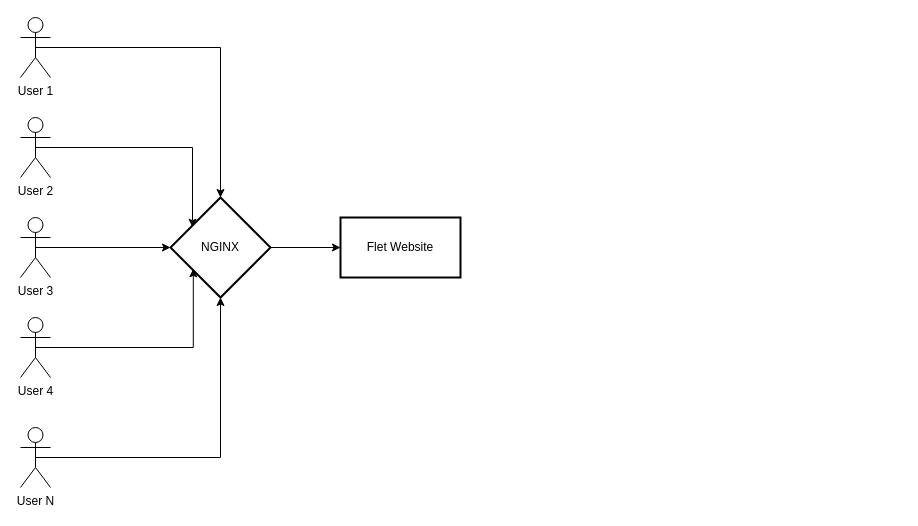
Lucifer516-sudoer/flet_accountant keeps this draw.io diagram as Untitled Diagram.drawio. Above is the earlier version. Source tidied: cells renumbered, new cells numbered last; positions are measured from the earlier drawing's top-left corner, leaving out a move shared by most shapes. Both pictures are drawn from the tidied source at 100%, with x=0, y=0 at pixel (20, 17).
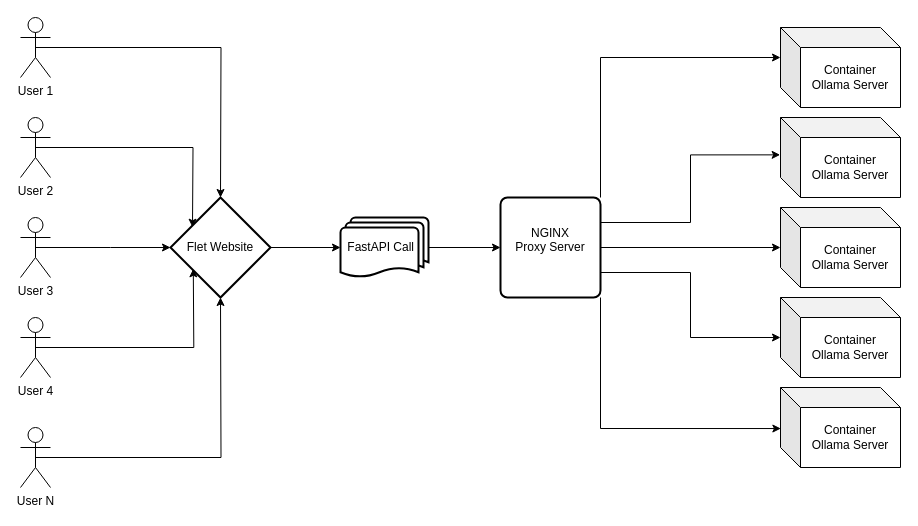
The same page after the edit.

Unchanged cells that the change refers to:
```xml
<mxCell id="3" value="User 1&lt;div&gt;&lt;br&gt;&lt;/div&gt;" style="shape=umlActor;verticalLabelPosition=bottom;verticalAlign=top;html=1;outlineConnect=0;" parent="1" vertex="1">
  <mxGeometry width="30" height="60" as="geometry" />
</mxCell>
<mxCell id="4" value="&lt;div&gt;User 3&lt;/div&gt;" style="shape=umlActor;verticalLabelPosition=bottom;verticalAlign=top;html=1;outlineConnect=0;" parent="1" vertex="1">
  <mxGeometry y="200" width="30" height="60" as="geometry" />
</mxCell>
<mxCell id="5" value="User 2" style="shape=umlActor;verticalLabelPosition=bottom;verticalAlign=top;html=1;outlineConnect=0;" parent="1" vertex="1">
  <mxGeometry y="100" width="30" height="60" as="geometry" />
</mxCell>
<mxCell id="6" value="&lt;div&gt;User 4&lt;/div&gt;" style="shape=umlActor;verticalLabelPosition=bottom;verticalAlign=top;html=1;outlineConnect=0;" parent="1" vertex="1">
  <mxGeometry y="300" width="30" height="60" as="geometry" />
</mxCell>
<mxCell id="7" value="User N" style="shape=umlActor;verticalLabelPosition=bottom;verticalAlign=top;html=1;outlineConnect=0;" parent="1" vertex="1">
  <mxGeometry y="410" width="30" height="60" as="geometry" />
</mxCell>
```

Diff of the diagram source:
```diff
@@
-    <mxCell id="2" style="edgeStyle=orthogonalEdgeStyle;rounded=0;jettySize=auto;html=1;exitX=0.5;exitY=0.5;exitDx=0;exitDy=0;exitPerimeter=0;" parent="1" edge="1" source="3" target="9">
-      <mxGeometry relative="1" as="geometry" />
+    <mxCell id="2" style="edgeStyle=orthogonalEdgeStyle;rounded=0;jettySize=auto;html=1;exitX=0.5;exitY=0.5;exitDx=0;exitDy=0;exitPerimeter=0;" parent="1" edge="1" source="3">
+      <mxGeometry relative="1" as="geometry">
+        <mxPoint x="200" y="180" as="targetPoint" />
+      </mxGeometry>
     </mxCell>
@@
-    <mxCell id="8" style="edgeStyle=orthogonalEdgeStyle;rounded=0;jettySize=auto;html=1;" parent="1" edge="1" source="9" target="14">
-      <mxGeometry relative="1" as="geometry" />
+    <mxCell id="8" style="edgeStyle=orthogonalEdgeStyle;rounded=0;orthogonalLoop=1;jettySize=auto;html=1;" parent="1" edge="1">
+      <mxGeometry relative="1" as="geometry">
+        <mxPoint x="250" y="230" as="sourcePoint" />
+        <mxPoint x="320" y="230" as="targetPoint" />
+      </mxGeometry>
     </mxCell>
-    <mxCell id="9" value="NGINX" style="strokeWidth=2;html=1;shape=mxgraph.flowchart.decision;whiteSpace=wrap;" parent="1" vertex="1">
-      <mxGeometry x="150" y="180" width="100" height="100" as="geometry" />
-    </mxCell>
-    <mxCell id="10" style="edgeStyle=orthogonalEdgeStyle;rounded=0;jettySize=auto;html=1;exitX=0.5;exitY=0.5;exitDx=0;exitDy=0;exitPerimeter=0;entryX=0.22;entryY=0.297;entryDx=0;entryDy=0;entryPerimeter=0;" parent="1" edge="1" source="5" target="9">
-      <mxGeometry relative="1" as="geometry" />
+    <mxCell id="10" style="edgeStyle=orthogonalEdgeStyle;rounded=0;jettySize=auto;html=1;exitX=0.5;exitY=0.5;exitDx=0;exitDy=0;exitPerimeter=0;entryX=0.22;entryY=0.297;entryDx=0;entryDy=0;entryPerimeter=0;" parent="1" edge="1" source="5">
+      <mxGeometry relative="1" as="geometry">
+        <mxPoint x="172" y="209.7" as="targetPoint" />
+      </mxGeometry>
     </mxCell>
-    <mxCell id="11" style="edgeStyle=orthogonalEdgeStyle;rounded=0;jettySize=auto;html=1;exitX=0.5;exitY=0.5;exitDx=0;exitDy=0;exitPerimeter=0;entryX=0;entryY=0.5;entryDx=0;entryDy=0;entryPerimeter=0;" parent="1" edge="1" source="4" target="9">
-      <mxGeometry relative="1" as="geometry" />
+    <mxCell id="11" style="edgeStyle=orthogonalEdgeStyle;rounded=0;jettySize=auto;html=1;exitX=0.5;exitY=0.5;exitDx=0;exitDy=0;exitPerimeter=0;entryX=0;entryY=0.5;entryDx=0;entryDy=0;entryPerimeter=0;" parent="1" edge="1" source="4">
+      <mxGeometry relative="1" as="geometry">
+        <mxPoint x="150" y="230" as="targetPoint" />
+      </mxGeometry>
     </mxCell>
-    <mxCell id="12" style="edgeStyle=orthogonalEdgeStyle;rounded=0;jettySize=auto;html=1;exitX=0.5;exitY=0.5;exitDx=0;exitDy=0;exitPerimeter=0;entryX=0.228;entryY=0.713;entryDx=0;entryDy=0;entryPerimeter=0;" parent="1" edge="1" source="6" target="9">
-      <mxGeometry relative="1" as="geometry" />
+    <mxCell id="12" style="edgeStyle=orthogonalEdgeStyle;rounded=0;jettySize=auto;html=1;exitX=0.5;exitY=0.5;exitDx=0;exitDy=0;exitPerimeter=0;entryX=0.228;entryY=0.713;entryDx=0;entryDy=0;entryPerimeter=0;" parent="1" edge="1" source="6">
+      <mxGeometry relative="1" as="geometry">
+        <mxPoint x="172.8" y="251.3" as="targetPoint" />
+      </mxGeometry>
     </mxCell>
-    <mxCell id="13" style="edgeStyle=orthogonalEdgeStyle;rounded=0;jettySize=auto;html=1;exitX=0.5;exitY=0.5;exitDx=0;exitDy=0;exitPerimeter=0;entryX=0.5;entryY=1;entryDx=0;entryDy=0;entryPerimeter=0;" parent="1" edge="1" source="7" target="9">
-      <mxGeometry relative="1" as="geometry" />
+    <mxCell id="13" style="edgeStyle=orthogonalEdgeStyle;rounded=0;jettySize=auto;html=1;exitX=0.5;exitY=0.5;exitDx=0;exitDy=0;exitPerimeter=0;entryX=0.5;entryY=1;entryDx=0;entryDy=0;entryPerimeter=0;" parent="1" edge="1" source="7">
+      <mxGeometry relative="1" as="geometry">
+        <mxPoint x="200" y="280" as="targetPoint" />
+      </mxGeometry>
     </mxCell>
-    <mxCell id="14" value="Flet Website" style="whiteSpace=wrap;html=1;strokeWidth=2;" parent="1" vertex="1">
-      <mxGeometry x="320" y="200" width="120" height="60" as="geometry" />
+    <mxCell id="14" value="Flet Website" style="strokeWidth=2;html=1;shape=mxgraph.flowchart.decision;whiteSpace=wrap;" parent="1" vertex="1">
+      <mxGeometry x="150" y="180" width="100" height="100" as="geometry" />
     </mxCell>
+    <mxCell id="15" style="edgeStyle=orthogonalEdgeStyle;rounded=0;jettySize=auto;html=1;exitX=1;exitY=0.5;exitDx=0;exitDy=0;exitPerimeter=0;entryX=0;entryY=0.5;entryDx=0;entryDy=0;" parent="1" edge="1" source="16" target="19">
+      <mxGeometry relative="1" as="geometry" />
+    </mxCell>
+    <mxCell id="16" value="FastAPI Call&amp;nbsp;&amp;nbsp;" style="strokeWidth=2;html=1;shape=mxgraph.flowchart.multi-document;whiteSpace=wrap;" parent="1" vertex="1">
+      <mxGeometry x="320" y="200" width="88" height="60" as="geometry" />
+    </mxCell>
+    <mxCell id="17" style="edgeStyle=orthogonalEdgeStyle;rounded=0;jettySize=auto;html=1;exitX=1;exitY=0.5;exitDx=0;exitDy=0;" parent="1" edge="1" source="19" target="22">
+      <mxGeometry relative="1" as="geometry" />
+    </mxCell>
+    <mxCell id="18" style="edgeStyle=orthogonalEdgeStyle;rounded=0;jettySize=auto;html=1;exitX=1;exitY=0.75;exitDx=0;exitDy=0;" parent="1" edge="1" source="19" target="23">
+      <mxGeometry relative="1" as="geometry" />
+    </mxCell>
+    <mxCell id="19" value="NGINX&lt;br&gt;Proxy Server&lt;div&gt;&lt;br&gt;&lt;/div&gt;" style="rounded=1;whiteSpace=wrap;html=1;absoluteArcSize=1;arcSize=14;strokeWidth=2;" parent="1" vertex="1">
+      <mxGeometry x="480" y="180" width="100" height="100" as="geometry" />
+    </mxCell>
+    <mxCell id="20" value="Container&lt;div&gt;Ollama Server&lt;/div&gt;" style="shape=cube;whiteSpace=wrap;html=1;boundedLbl=1;backgroundOutline=1;darkOpacity=0.05;darkOpacity2=0.1;" parent="1" vertex="1">
+      <mxGeometry x="760" y="10" width="120" height="80" as="geometry" />
+    </mxCell>
+    <mxCell id="21" value="Container&lt;div&gt;Ollama Server&lt;/div&gt;" style="shape=cube;whiteSpace=wrap;html=1;boundedLbl=1;backgroundOutline=1;darkOpacity=0.05;darkOpacity2=0.1;" parent="1" vertex="1">
+      <mxGeometry x="760" y="100" width="120" height="80" as="geometry" />
+    </mxCell>
+    <mxCell id="22" value="Container&lt;div&gt;Ollama Server&lt;/div&gt;" style="shape=cube;whiteSpace=wrap;html=1;boundedLbl=1;backgroundOutline=1;darkOpacity=0.05;darkOpacity2=0.1;" parent="1" vertex="1">
+      <mxGeometry x="760" y="190" width="120" height="80" as="geometry" />
+    </mxCell>
+    <mxCell id="23" value="Container&lt;div&gt;Ollama Server&lt;/div&gt;" style="shape=cube;whiteSpace=wrap;html=1;boundedLbl=1;backgroundOutline=1;darkOpacity=0.05;darkOpacity2=0.1;" parent="1" vertex="1">
+      <mxGeometry x="760" y="280" width="120" height="80" as="geometry" />
+    </mxCell>
+    <mxCell id="24" value="Container&lt;div&gt;Ollama Server&lt;/div&gt;" style="shape=cube;whiteSpace=wrap;html=1;boundedLbl=1;backgroundOutline=1;darkOpacity=0.05;darkOpacity2=0.1;" parent="1" vertex="1">
+      <mxGeometry x="760" y="370" width="120" height="80" as="geometry" />
+    </mxCell>
+    <mxCell id="25" style="edgeStyle=orthogonalEdgeStyle;rounded=0;jettySize=auto;html=1;exitX=1;exitY=0;exitDx=0;exitDy=0;entryX=0;entryY=0;entryDx=0;entryDy=30;entryPerimeter=0;" parent="1" edge="1" source="19" target="20">
+      <mxGeometry relative="1" as="geometry" />
+    </mxCell>
+    <mxCell id="26" style="edgeStyle=orthogonalEdgeStyle;rounded=0;jettySize=auto;html=1;exitX=1;exitY=0.25;exitDx=0;exitDy=0;entryX=-0.003;entryY=0.467;entryDx=0;entryDy=0;entryPerimeter=0;" parent="1" edge="1" source="19" target="21">
+      <mxGeometry relative="1" as="geometry" />
+    </mxCell>
+    <mxCell id="27" style="edgeStyle=orthogonalEdgeStyle;rounded=0;jettySize=auto;html=1;exitX=1;exitY=1;exitDx=0;exitDy=0;entryX=0.003;entryY=0.513;entryDx=0;entryDy=0;entryPerimeter=0;" parent="1" edge="1" source="19" target="24">
+      <mxGeometry relative="1" as="geometry" />
+    </mxCell>
```
